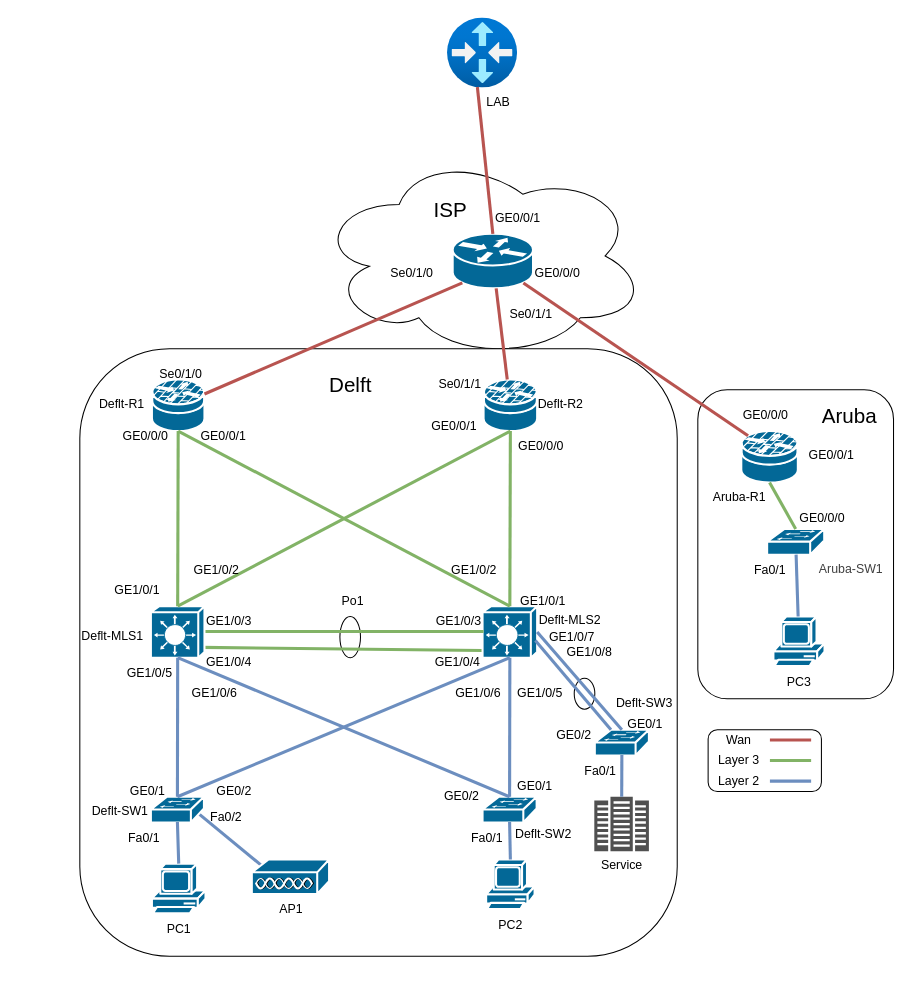
Above: page "PoC-ontwerp" (5 of 5) of SFTP-NetConfigs/netwerkontwerp.drawio in TomTheLEGEND23/HHS-TropoMetrics (draw.io), before the change. Source tidied: cells renumbered, new cells numbered last; positions are measured from the earlier drawing's top-left corner, leaving out a move shared by most shapes. Both pictures are drawn from the tidied source at 103%, with x=0, y=0 at pixel (18, 18).
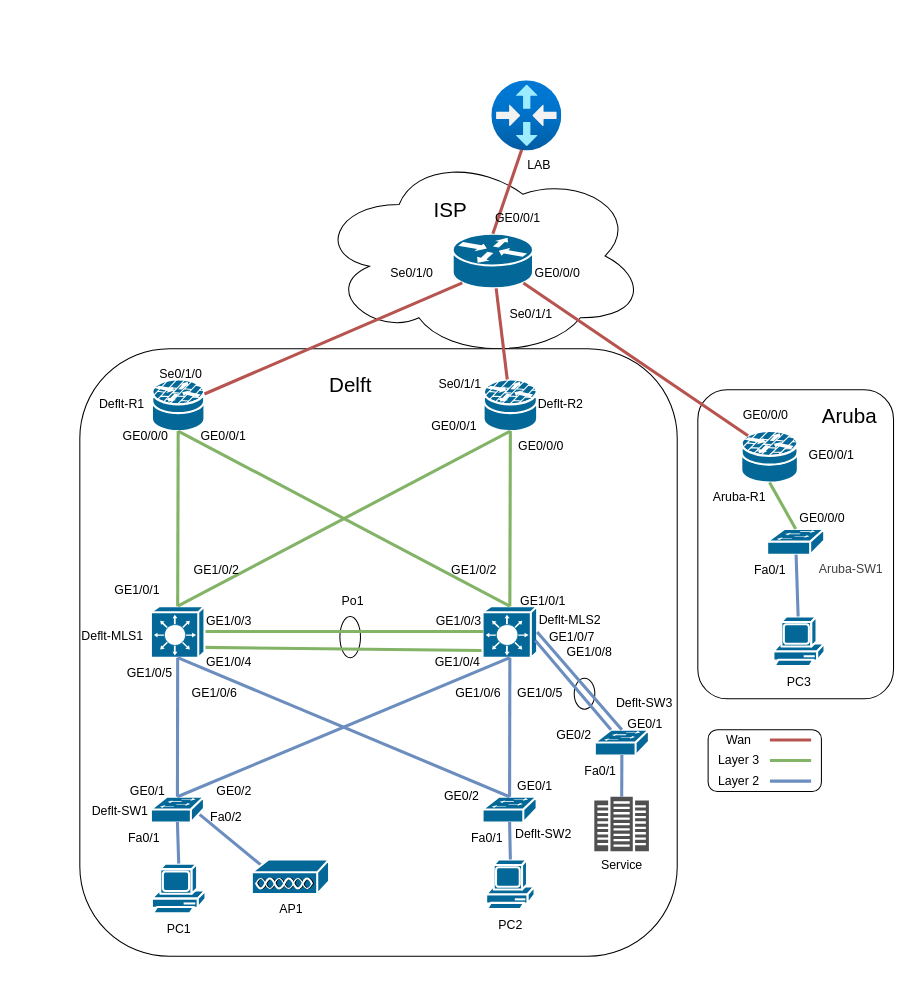
The same diagram, later.

Commit message (it also covers changes not shown here):
Changed Speed on the ISP side

The edit, as a diff of the source:
```diff
@@
-    <mxCell id="105" value="&amp;nbsp; &amp;nbsp; &amp;nbsp; &amp;nbsp; &amp;nbsp;LAB" style="image;html=1;points=[];align=center;fontSize=12;image=img/lib/azure2/networking/Virtual_Router.svg;" parent="1" vertex="1">
-      <mxGeometry x="417" width="68" height="68" as="geometry" />
+    <mxCell id="105" value="&amp;nbsp; &amp;nbsp; &amp;nbsp; &amp;nbsp;LAB" style="image;html=1;points=[];align=center;fontSize=12;image=img/lib/azure2/networking/Virtual_Router.svg;" parent="1" vertex="1">
+      <mxGeometry x="460" y="61" width="68" height="68" as="geometry" />
     </mxCell>
```
